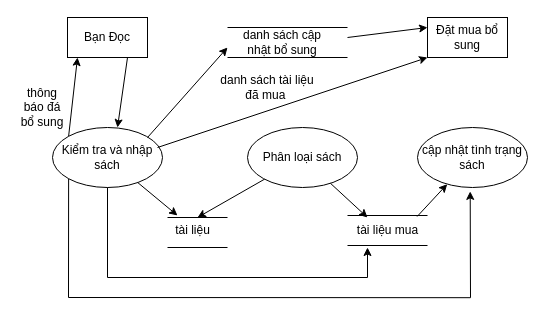
This is page "sơ đồ mức dưới đỉnh quản lí sách" (5 of 8) of Đồ án nhóm 1.drawio from Nguyenquynh235/DoAnNhom1, a draw.io file, before an edit. Source tidied: cells renumbered, new cells numbered last; positions are measured from the earlier drawing's top-left corner, leaving out a move shared by most shapes. Both pictures are drawn from the tidied source at 100%, with x=0, y=0 at pixel (17, 17).
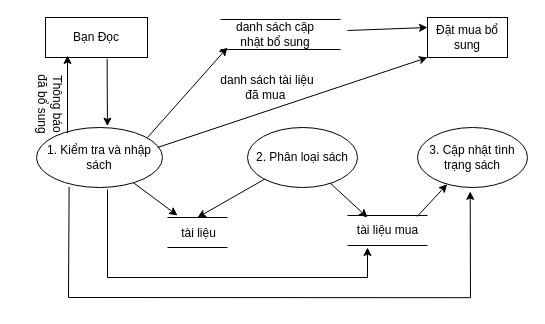
Above is the later version.

The change refers to these unchanged cells:
```xml
<mxCell id="10" value="Đặt mua bổ sung" style="rounded=0;whiteSpace=wrap;html=1;" parent="1" vertex="1">
  <mxGeometry x="410" width="80" height="40" as="geometry" />
</mxCell>
```

The edit, as a diff of the source:
```diff
@@
+    <mxCell id="29" style="edgeStyle=orthogonalEdgeStyle;rounded=0;jettySize=auto;html=1;exitX=0;exitY=0.5;exitDx=0;exitDy=0;" parent="1" edge="1" source="2">
+      <mxGeometry relative="1" as="geometry">
+        <mxPoint x="40" y="20" as="targetPoint" />
+      </mxGeometry>
+    </mxCell>
     <mxCell id="2" value="Bạn Đọc" style="rounded=0;whiteSpace=wrap;html=1;" parent="1" vertex="1">
-      <mxGeometry x="50" width="80" height="40" as="geometry" />
+      <mxGeometry x="28" width="102" height="40" as="geometry" />
     </mxCell>
-    <mxCell id="3" value="Kiểm tra và nhập sách" style="ellipse;whiteSpace=wrap;html=1;" parent="1" vertex="1">
-      <mxGeometry x="35" y="110" width="110" height="60" as="geometry" />
+    <mxCell id="3" value="&lt;font style=&quot;font-size: 12px;&quot; face=&quot;Helvetica&quot;&gt;1. Kiểm tra và nhập sách&lt;/font&gt;" style="ellipse;whiteSpace=wrap;html=1;" parent="1" vertex="1">
+      <mxGeometry x="19" y="110" width="126" height="60" as="geometry" />
     </mxCell>
-    <mxCell id="4" style="endArrow=classic;html=1;rounded=0;exitX=0;exitY=0;exitDx=0;exitDy=0;" parent="1" edge="1" source="3">
-      <mxGeometry relative="1" as="geometry">
-        <mxPoint x="60" y="40" as="targetPoint" />
-      </mxGeometry>
-    </mxCell>
-    <mxCell id="5" style="endArrow=classic;html=1;rounded=0;exitX=0.75;exitY=1;exitDx=0;exitDy=0;" parent="1" edge="1" source="2">
-      <mxGeometry relative="1" as="geometry">
-        <mxPoint x="100" y="110" as="targetPoint" />
-      </mxGeometry>
+    <mxCell id="5" style="endArrow=classic;html=1;rounded=0;exitX=0.604;exitY=1.03;exitDx=0;exitDy=0;exitPerimeter=0;entryX=0.563;entryY=-0.023;entryDx=0;entryDy=0;entryPerimeter=0;" parent="1" edge="1" source="2" target="3">
+      <mxGeometry relative="1" as="geometry" />
     </mxCell>
-    <mxCell id="6" value="thông báo đá bổ sung" style="text;html=1;align=center;verticalAlign=middle;whiteSpace=wrap;rounded=0;" parent="1" vertex="1">
-      <mxGeometry y="60" width="50" height="60" as="geometry" />
-    </mxCell>
     <mxCell id="7" style="endArrow=none;html=1;rounded=0;" parent="1" edge="1">
       <mxGeometry relative="1" as="geometry">
-        <mxPoint x="330" y="10" as="sourcePoint" />
-        <mxPoint x="210" y="10" as="targetPoint" />
+        <mxPoint x="323" y="2" as="sourcePoint" />
+        <mxPoint x="203" y="2" as="targetPoint" />
       </mxGeometry>
     </mxCell>
     <mxCell id="8" style="endArrow=none;html=1;rounded=0;" parent="1" edge="1">
       <mxGeometry relative="1" as="geometry">
-        <mxPoint x="330" y="40" as="sourcePoint" />
-        <mxPoint x="210" y="40" as="targetPoint" />
+        <mxPoint x="323" y="32" as="sourcePoint" />
+        <mxPoint x="203" y="32" as="targetPoint" />
       </mxGeometry>
     </mxCell>
     <mxCell id="9" value="danh sách cập nhật bổ sung" style="text;html=1;align=center;verticalAlign=middle;whiteSpace=wrap;rounded=0;" parent="1" vertex="1">
-      <mxGeometry x="220" y="10" width="90" height="30" as="geometry" />
+      <mxGeometry x="213" y="2" width="90" height="30" as="geometry" />
     </mxCell>
@@
-    <mxCell id="11" value="Phân loại sách" style="ellipse;whiteSpace=wrap;html=1;" parent="1" vertex="1">
+    <mxCell id="11" value="2. Phân loại sách" style="ellipse;whiteSpace=wrap;html=1;" parent="1" vertex="1">
       <mxGeometry x="230" y="110" width="110" height="60" as="geometry" />
     </mxCell>
-    <mxCell id="12" value="cập nhật tình trạng sách" style="ellipse;whiteSpace=wrap;html=1;" parent="1" vertex="1">
+    <mxCell id="12" value="3. Cập nhật tình trạng sách" style="ellipse;whiteSpace=wrap;html=1;" parent="1" vertex="1">
       <mxGeometry x="400" y="110" width="110" height="60" as="geometry" />
     </mxCell>
@@
     <mxCell id="18" value="tài liệu" style="text;html=1;align=center;verticalAlign=middle;strokeColor=none;fillColor=none;" parent="1" vertex="1">
-      <mxGeometry x="145" y="198" width="60" height="30" as="geometry" />
+      <mxGeometry x="151" y="201" width="60" height="30" as="geometry" />
     </mxCell>
@@
-    <mxCell id="26" style="endArrow=classic;html=1;rounded=0;exitX=0.5;exitY=1;exitDx=0;exitDy=0;" parent="1" edge="1" source="3">
+    <mxCell id="26" style="endArrow=classic;html=1;rounded=0;" parent="1" edge="1">
       <mxGeometry relative="1" as="geometry">
+        <mxPoint x="90" y="172" as="sourcePoint" />
         <mxPoint x="350" y="230" as="targetPoint" />
         <Array as="points">
           <mxPoint x="90" y="260" />
           <mxPoint x="350" y="260" />
         </Array>
       </mxGeometry>
     </mxCell>
-    <mxCell id="27" style="endArrow=classic;html=1;rounded=0;entryX=0.597;entryY=1.061;entryDx=0;entryDy=0;entryPerimeter=0;exitX=0;exitY=1;exitDx=0;exitDy=0;" parent="1" edge="1" source="3">
+    <mxCell id="27" style="endArrow=classic;html=1;rounded=0;entryX=0.597;entryY=1.061;entryDx=0;entryDy=0;entryPerimeter=0;exitX=0.259;exitY=0.99;exitDx=0;exitDy=0;exitPerimeter=0;" parent="1" edge="1" source="3">
       <mxGeometry relative="1" as="geometry">
         <mxPoint x="452.7" y="173.9" as="targetPoint" />
         <Array as="points">
           <mxPoint x="51" y="280" />
           <mxPoint x="453" y="280.2" />
         </Array>
       </mxGeometry>
     </mxCell>
     <mxCell id="28" style="endArrow=classic;html=1;rounded=0;entryX=0;entryY=0.25;entryDx=0;entryDy=0;" parent="1" edge="1" target="10">
       <mxGeometry relative="1" as="geometry">
-        <mxPoint x="330" y="20" as="sourcePoint" />
+        <mxPoint x="330" y="13" as="sourcePoint" />
       </mxGeometry>
     </mxCell>
+    <mxCell id="30" style="endArrow=classic;html=1;rounded=0;entryX=0.188;entryY=0.99;entryDx=0;entryDy=0;entryPerimeter=0;exitX=0.879;exitY=-0.067;exitDx=0;exitDy=0;exitPerimeter=0;" parent="1" edge="1" source="31">
+      <mxGeometry relative="1" as="geometry">
+        <mxPoint x="50" y="38" as="targetPoint" />
+      </mxGeometry>
+    </mxCell>
+    <mxCell id="31" value="Thông báo đã bổ sung" style="text;html=1;align=center;verticalAlign=middle;whiteSpace=wrap;rounded=0;rotation=90;" parent="1" vertex="1">
+      <mxGeometry x="-5" y="72" width="76" height="30" as="geometry" />
+    </mxCell>
```
